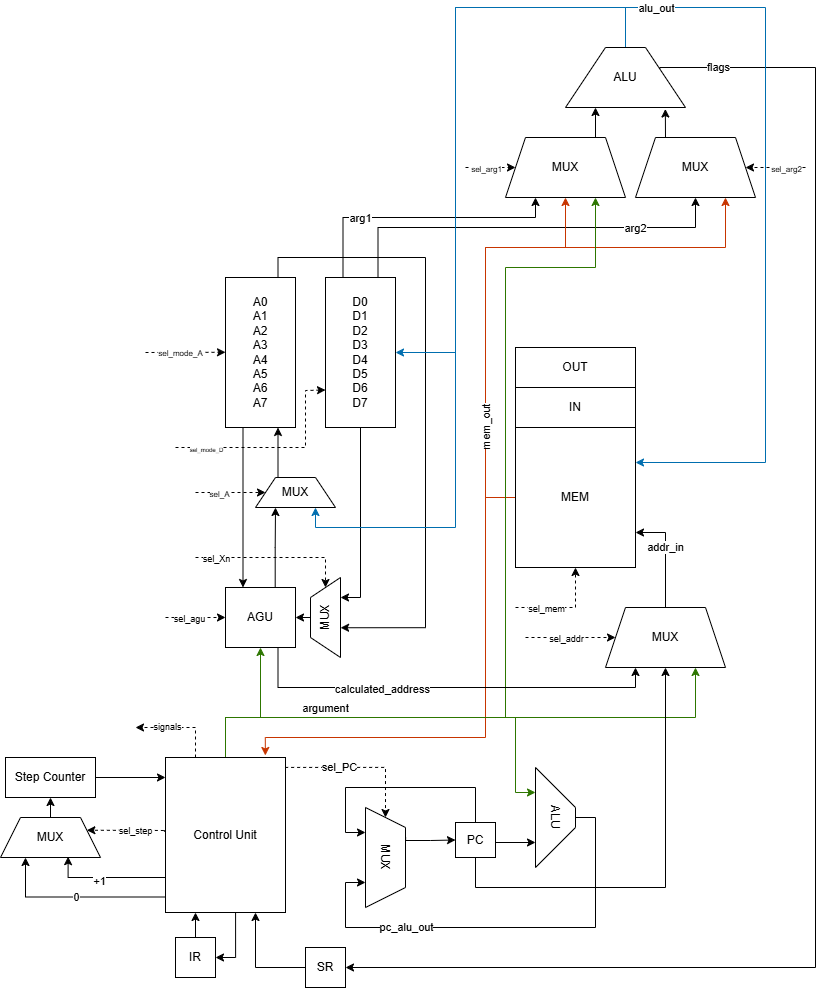
Before: m68k_v2.drawio.png, a diagram exported from draw.io (Anderaf/m68kScheme). Source tidied: cells renumbered, new cells last; positions are measured from the earlier drawing's top-left corner, leaving out a move shared by most shapes.
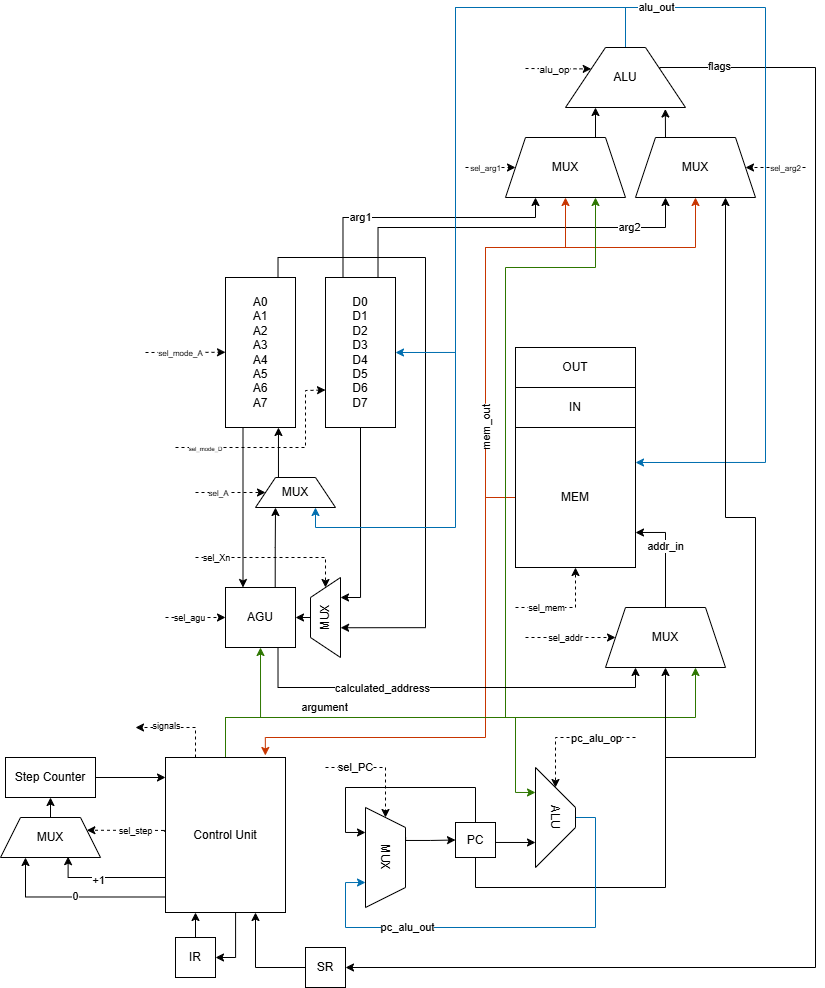
After the change.

Change to the diagram source:
```diff
@@ -15,11 +15,11 @@
         <mxPoint x="8" y="1" as="offset" />
       </mxGeometry>
     </mxCell>
-    <mxCell id="4" style="edgeStyle=orthogonalEdgeStyle;rounded=0;jettySize=auto;html=1;exitX=0.75;exitY=0;exitDx=0;exitDy=0;entryX=0.5;entryY=1;entryDx=0;entryDy=0;" parent="1" edge="1" source="7" target="60">
+    <mxCell id="4" style="edgeStyle=orthogonalEdgeStyle;rounded=0;jettySize=auto;html=1;exitX=0.75;exitY=0;exitDx=0;exitDy=0;entryX=0.25;entryY=1;entryDx=0;entryDy=0;" parent="1" edge="1" source="7" target="60">
       <mxGeometry relative="1" as="geometry">
         <Array as="points">
           <mxPoint x="378" y="220" />
-          <mxPoint x="695" y="220" />
+          <mxPoint x="665" y="220" />
         </Array>
       </mxGeometry>
     </mxCell>
@@ -52,26 +52,27 @@
         </Array>
       </mxGeometry>
     </mxCell>
-    <mxCell id="10" style="edgeStyle=orthogonalEdgeStyle;rounded=0;jettySize=auto;html=1;exitX=0;exitY=0.25;exitDx=0;exitDy=0;entryX=0.75;entryY=1;entryDx=0;entryDy=0;jumpStyle=none;fillColor=#fa6800;strokeColor=#C73500;" parent="1" edge="1" source="12" target="60">
+    <mxCell id="10" style="edgeStyle=orthogonalEdgeStyle;rounded=0;jettySize=auto;html=1;exitX=0;exitY=0.25;exitDx=0;exitDy=0;entryX=0.5;entryY=1;entryDx=0;entryDy=0;jumpStyle=none;fillColor=#fa6800;strokeColor=#C73500;" parent="1" edge="1" source="12" target="60">
       <mxGeometry relative="1" as="geometry">
         <Array as="points">
           <mxPoint x="515" y="490" />
           <mxPoint x="485" y="490" />
           <mxPoint x="485" y="240" />
-          <mxPoint x="725" y="240" />
+          <mxPoint x="695" y="240" />
         </Array>
       </mxGeometry>
     </mxCell>
     <mxCell id="11" value="mem_out" style="edgeLabel;html=1;align=center;verticalAlign=middle;rotation=-90;fontColor=light-dark(#000000,#FFB366);" parent="10" vertex="1">
       <mxGeometry x="0.33" relative="1" as="geometry">
-        <mxPoint x="-86" y="180" as="offset" />
+        <mxPoint x="-67" y="180" as="offset" />
       </mxGeometry>
     </mxCell>
     <mxCell id="12" value="MEM" style="rounded=0;whiteSpace=wrap;html=1;" parent="1" vertex="1">
       <mxGeometry x="515" y="420" width="120" height="140" as="geometry" />
     </mxCell>
-    <mxCell id="13" value="sel_PC" style="edgeStyle=orthogonalEdgeStyle;rounded=0;jettySize=auto;html=1;exitX=0.997;exitY=0.064;exitDx=0;exitDy=0;entryX=0;entryY=0.5;entryDx=0;entryDy=0;dashed=1;exitPerimeter=0;" parent="1" edge="1" source="22" target="32">
-      <mxGeometry x="-0.28" relative="1" as="geometry">
+    <mxCell id="13" value="sel_PC" style="edgeStyle=orthogonalEdgeStyle;rounded=0;jettySize=auto;html=1;entryX=0;entryY=0.5;entryDx=0;entryDy=0;dashed=1;" parent="1" edge="1" target="32">
+      <mxGeometry x="-0.45" relative="1" as="geometry">
+        <mxPoint x="325" y="760" as="sourcePoint" />
         <Array as="points">
           <mxPoint x="385" y="760" />
         </Array>
@@ -180,7 +181,7 @@
     <mxCell id="28" value="Step Counter" style="rounded=0;whiteSpace=wrap;html=1;" parent="1" vertex="1">
       <mxGeometry x="5" y="750" width="90" height="40" as="geometry" />
     </mxCell>
-    <mxCell id="29" value="pc_alu_out" style="edgeStyle=orthogonalEdgeStyle;rounded=0;jettySize=auto;html=1;exitX=0.5;exitY=0;exitDx=0;exitDy=0;entryX=0.75;entryY=1;entryDx=0;entryDy=0;" parent="1" edge="1" source="30" target="32">
+    <mxCell id="29" value="pc_alu_out" style="edgeStyle=orthogonalEdgeStyle;rounded=0;jettySize=auto;html=1;exitX=0.5;exitY=0;exitDx=0;exitDy=0;entryX=0.75;entryY=1;entryDx=0;entryDy=0;fillColor=#1ba1e2;strokeColor=#006EAF;fontColor=light-dark(#000000,#99CCFF);" parent="1" edge="1" source="30" target="32">
       <mxGeometry x="0.43" relative="1" as="geometry">
         <Array as="points">
           <mxPoint x="595" y="810" />
@@ -474,5 +475,36 @@
         <mxPoint x="-37" y="-1" as="offset" />
       </mxGeometry>
     </mxCell>
+    <mxCell id="87" style="endArrow=classic;html=1;rounded=0;entryX=0;entryY=0.25;entryDx=0;entryDy=0;dashed=1;" parent="1" edge="1" target="54">
+      <mxGeometry relative="1" as="geometry">
+        <mxPoint x="525" y="61" as="sourcePoint" />
+      </mxGeometry>
+    </mxCell>
+    <mxCell id="88" value="&lt;font style=&quot;font-size: 10px;&quot;&gt;alu_op&lt;/font&gt;" style="edgeLabel;html=1;align=center;verticalAlign=middle;" parent="87" vertex="1">
+      <mxGeometry x="-0.14" relative="1" as="geometry" />
+    </mxCell>
+    <mxCell id="89" style="endArrow=classic;html=1;rounded=0;entryX=0;entryY=0.5;entryDx=0;entryDy=0;dashed=1;" parent="1" edge="1" target="30">
+      <mxGeometry relative="1" as="geometry">
+        <mxPoint x="635" y="730" as="sourcePoint" />
+        <Array as="points">
+          <mxPoint x="555" y="730" />
+        </Array>
+      </mxGeometry>
+    </mxCell>
+    <mxCell id="90" value="pc_alu_op" style="edgeLabel;html=1;align=center;verticalAlign=middle;" parent="89" vertex="1">
+      <mxGeometry x="-0.14" y="1" relative="1" as="geometry">
+        <mxPoint x="16" as="offset" />
+      </mxGeometry>
+    </mxCell>
+    <mxCell id="91" style="endArrow=classic;html=1;rounded=0;entryX=0.75;entryY=1;entryDx=0;entryDy=0;" parent="1" edge="1" target="60">
+      <mxGeometry relative="1" as="geometry">
+        <mxPoint x="665" y="750" as="sourcePoint" />
+        <Array as="points">
+          <mxPoint x="755" y="750" />
+          <mxPoint x="755" y="510" />
+          <mxPoint x="725" y="510" />
+        </Array>
+      </mxGeometry>
+    </mxCell>
   </root>
 </mxGraphModel>
```
